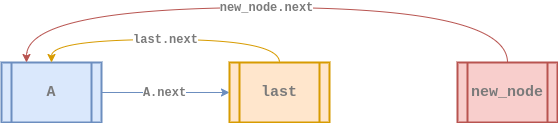
Earlier version of the draw.io export assets/data-structure/linked-list/cll-singly-insert2.png (euisblue/vue-blog). Source tidied: cells renumbered, new cells last; positions are measured from the earlier drawing's top-left corner, leaving out a move shared by most shapes. Source of this version:
```xml
<mxGraphModel>
  <root>
    <mxCell id="0" />
    <mxCell id="1" parent="0" />
    <mxCell id="2" value="&lt;b style=&quot;font-size: 11px; letter-spacing: normal; text-align: center; text-indent: 0px; text-transform: none; word-spacing: 0px; font-family: &amp;quot;courier new&amp;quot;;&quot;&gt;&lt;font style=&quot;font-size: 12px&quot; color=&quot;#7a7a7a&quot;&gt;A.next&lt;/font&gt;&lt;/b&gt;" style="edgeStyle=orthogonalEdgeStyle;curved=1;rounded=0;sketch=0;jettySize=auto;html=1;exitX=1;exitY=0.5;exitDx=0;exitDy=0;entryX=0;entryY=0.5;entryDx=0;entryDy=0;strokeColor=#6c8ebf;strokeWidth=1;fillColor=#dae8fc;fontStyle=0;" parent="1" edge="1" source="3" target="5">
      <mxGeometry x="-0.01" relative="1" as="geometry" />
    </mxCell>
    <mxCell id="3" value="&lt;div&gt;&lt;font color=&quot;#7a7a7a&quot; face=&quot;courier new&quot; style=&quot;font-size: 15px&quot;&gt;A&lt;/font&gt;&lt;/div&gt;" style="shape=process;whiteSpace=wrap;html=1;backgroundOutline=1;fillColor=#dae8fc;strokeColor=#6c8ebf;gradientDirection=east;strokeWidth=2;shadow=0;glass=0;align=center;sketch=0;fontStyle=1;" parent="1" vertex="1">
      <mxGeometry y="55" width="100" height="60" as="geometry" />
    </mxCell>
    <mxCell id="4" value="&lt;font color=&quot;#7a7a7a&quot; face=&quot;courier new&quot;&gt;&lt;span style=&quot;font-size: 12px&quot;&gt;&lt;b&gt;last.next&lt;/b&gt;&lt;/span&gt;&lt;/font&gt;" style="edgeStyle=orthogonalEdgeStyle;curved=1;rounded=0;sketch=0;jettySize=auto;html=1;exitX=0.5;exitY=0;exitDx=0;exitDy=0;entryX=0.5;entryY=0;entryDx=0;entryDy=0;strokeWidth=1;strokeColor=#d79b00;fillColor=#ffe6cc;fontStyle=0;" parent="1" edge="1" source="5" target="3">
      <mxGeometry relative="1" as="geometry">
        <Array as="points">
          <mxPoint x="278" y="32" />
          <mxPoint x="50" y="32" />
        </Array>
      </mxGeometry>
    </mxCell>
    <mxCell id="5" value="&lt;div&gt;&lt;font color=&quot;#7a7a7a&quot; face=&quot;courier new&quot;&gt;&lt;span style=&quot;font-size: 15px&quot;&gt;&lt;b&gt;last&lt;/b&gt;&lt;/span&gt;&lt;/font&gt;&lt;/div&gt;" style="shape=process;whiteSpace=wrap;html=1;backgroundOutline=1;fillColor=#ffe6cc;strokeColor=#d79b00;gradientDirection=east;strokeWidth=2;shadow=0;glass=0;align=center;sketch=0;fontStyle=0;" parent="1" vertex="1">
      <mxGeometry x="228" y="55" width="100" height="60" as="geometry" />
    </mxCell>
    <mxCell id="6" value="&lt;b style=&quot;color: rgb(122 , 122 , 122) ; font-family: &amp;#34;courier new&amp;#34; ; font-size: 12px ; font-style: normal ; letter-spacing: normal ; text-align: center ; text-indent: 0px ; text-transform: none ; word-spacing: 0px ; background-color: rgb(255 , 255 , 255)&quot;&gt;new_node.next&lt;/b&gt;" style="edgeStyle=orthogonalEdgeStyle;curved=1;rounded=0;sketch=0;jettySize=auto;html=1;exitX=0.5;exitY=0;exitDx=0;exitDy=0;entryX=0.25;entryY=0;entryDx=0;entryDy=0;strokeColor=#b85450;strokeWidth=1;fillColor=#f8cecc;" parent="1" edge="1" source="7" target="3">
      <mxGeometry relative="1" as="geometry">
        <Array as="points">
          <mxPoint x="506" />
          <mxPoint x="25" />
        </Array>
      </mxGeometry>
    </mxCell>
    <mxCell id="7" value="&lt;b&gt;&lt;font style=&quot;font-size: 15px&quot; face=&quot;Courier New&quot; color=&quot;#7a7a7a&quot;&gt;new_node&lt;/font&gt;&lt;/b&gt;" style="shape=process;whiteSpace=wrap;html=1;backgroundOutline=1;fillColor=#f8cecc;strokeColor=#b85450;gradientDirection=east;strokeWidth=2;shadow=0;glass=0;sketch=0;fontStyle=0;" parent="1" vertex="1">
      <mxGeometry x="456" y="55" width="100" height="60" as="geometry" />
    </mxCell>
  </root>
</mxGraphModel>
```
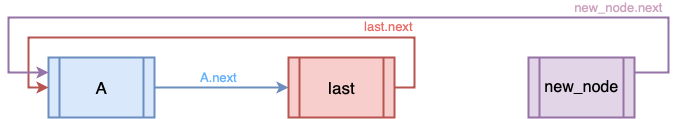
The same diagram one commit later.

What changed in the source:
```diff
@@ -2,33 +2,37 @@
   <root>
     <mxCell id="0" />
     <mxCell id="1" parent="0" />
-    <mxCell id="2" value="&lt;b style=&quot;font-size: 11px; letter-spacing: normal; text-align: center; text-indent: 0px; text-transform: none; word-spacing: 0px; font-family: &amp;quot;courier new&amp;quot;;&quot;&gt;&lt;font style=&quot;font-size: 12px&quot; color=&quot;#7a7a7a&quot;&gt;A.next&lt;/font&gt;&lt;/b&gt;" style="edgeStyle=orthogonalEdgeStyle;curved=1;rounded=0;sketch=0;jettySize=auto;html=1;exitX=1;exitY=0.5;exitDx=0;exitDy=0;entryX=0;entryY=0.5;entryDx=0;entryDy=0;strokeColor=#6c8ebf;strokeWidth=1;fillColor=#dae8fc;fontStyle=0;" parent="1" edge="1" source="3" target="5">
-      <mxGeometry x="-0.01" relative="1" as="geometry" />
+    <mxCell id="2" value="&lt;font color=&quot;#66b2ff&quot; style=&quot;font-size: 13px&quot;&gt;A.next&lt;/font&gt;" style="edgeStyle=orthogonalEdgeStyle;rounded=0;jettySize=auto;html=1;exitX=1;exitY=0.5;exitDx=0;exitDy=0;entryX=0;entryY=0.5;entryDx=0;entryDy=0;fillColor=#dae8fc;strokeColor=#6c8ebf;strokeWidth=2;labelBackgroundColor=none;labelBorderColor=none;fontFamily=Helvetica;" parent="1" edge="1" source="3" target="5">
+      <mxGeometry x="-0.04" y="10" relative="1" as="geometry" />
     </mxCell>
-    <mxCell id="3" value="&lt;div&gt;&lt;font color=&quot;#7a7a7a&quot; face=&quot;courier new&quot; style=&quot;font-size: 15px&quot;&gt;A&lt;/font&gt;&lt;/div&gt;" style="shape=process;whiteSpace=wrap;html=1;backgroundOutline=1;fillColor=#dae8fc;strokeColor=#6c8ebf;gradientDirection=east;strokeWidth=2;shadow=0;glass=0;align=center;sketch=0;fontStyle=1;" parent="1" vertex="1">
-      <mxGeometry y="55" width="100" height="60" as="geometry" />
+    <mxCell id="3" value="&lt;font&gt;&lt;font style=&quot;font-size: 17px&quot;&gt;A&lt;/font&gt;&lt;br&gt;&lt;/font&gt;" style="shape=process;whiteSpace=wrap;html=1;backgroundOutline=1;strokeWidth=2;fillColor=#dae8fc;strokeColor=#6c8ebf;fontStyle=0;fontFamily=Helvetica;fontSize=14;labelBackgroundColor=none;labelBorderColor=none;" parent="1" vertex="1">
+      <mxGeometry x="14" y="98" width="106" height="60" as="geometry" />
     </mxCell>
-    <mxCell id="4" value="&lt;font color=&quot;#7a7a7a&quot; face=&quot;courier new&quot;&gt;&lt;span style=&quot;font-size: 12px&quot;&gt;&lt;b&gt;last.next&lt;/b&gt;&lt;/span&gt;&lt;/font&gt;" style="edgeStyle=orthogonalEdgeStyle;curved=1;rounded=0;sketch=0;jettySize=auto;html=1;exitX=0.5;exitY=0;exitDx=0;exitDy=0;entryX=0.5;entryY=0;entryDx=0;entryDy=0;strokeWidth=1;strokeColor=#d79b00;fillColor=#ffe6cc;fontStyle=0;" parent="1" edge="1" source="5" target="3">
-      <mxGeometry relative="1" as="geometry">
+    <mxCell id="4" value="&lt;font color=&quot;#ea6b66&quot; style=&quot;font-size: 13px ; line-height: 95%&quot;&gt;last.next&lt;/font&gt;" style="edgeStyle=orthogonalEdgeStyle;rounded=0;jettySize=auto;html=1;exitX=1;exitY=0.5;exitDx=0;exitDy=0;entryX=0;entryY=0.5;entryDx=0;entryDy=0;fillColor=#f8cecc;strokeColor=#b85450;strokeWidth=2;labelBackgroundColor=none;labelBorderColor=none;fontFamily=Helvetica;align=center;" parent="1" edge="1" source="5" target="3">
+      <mxGeometry x="-0.64" y="-10" relative="1" as="geometry">
         <Array as="points">
-          <mxPoint x="278" y="32" />
-          <mxPoint x="50" y="32" />
+          <mxPoint x="380" y="128" />
+          <mxPoint x="380" y="78" />
+          <mxPoint x="-6" y="78" />
+          <mxPoint x="-6" y="128" />
         </Array>
       </mxGeometry>
     </mxCell>
-    <mxCell id="5" value="&lt;div&gt;&lt;font color=&quot;#7a7a7a&quot; face=&quot;courier new&quot;&gt;&lt;span style=&quot;font-size: 15px&quot;&gt;&lt;b&gt;last&lt;/b&gt;&lt;/span&gt;&lt;/font&gt;&lt;/div&gt;" style="shape=process;whiteSpace=wrap;html=1;backgroundOutline=1;fillColor=#ffe6cc;strokeColor=#d79b00;gradientDirection=east;strokeWidth=2;shadow=0;glass=0;align=center;sketch=0;fontStyle=0;" parent="1" vertex="1">
-      <mxGeometry x="228" y="55" width="100" height="60" as="geometry" />
+    <mxCell id="5" value="&lt;font&gt;&lt;font style=&quot;font-size: 17px&quot;&gt;last&lt;/font&gt;&lt;br&gt;&lt;/font&gt;" style="shape=process;whiteSpace=wrap;html=1;backgroundOutline=1;strokeWidth=2;fillColor=#f8cecc;strokeColor=#b85450;fontStyle=0;fontFamily=Helvetica;fontSize=14;labelBackgroundColor=none;labelBorderColor=none;" parent="1" vertex="1">
+      <mxGeometry x="254" y="98" width="106" height="60" as="geometry" />
     </mxCell>
-    <mxCell id="6" value="&lt;b style=&quot;color: rgb(122 , 122 , 122) ; font-family: &amp;#34;courier new&amp;#34; ; font-size: 12px ; font-style: normal ; letter-spacing: normal ; text-align: center ; text-indent: 0px ; text-transform: none ; word-spacing: 0px ; background-color: rgb(255 , 255 , 255)&quot;&gt;new_node.next&lt;/b&gt;" style="edgeStyle=orthogonalEdgeStyle;curved=1;rounded=0;sketch=0;jettySize=auto;html=1;exitX=0.5;exitY=0;exitDx=0;exitDy=0;entryX=0.25;entryY=0;entryDx=0;entryDy=0;strokeColor=#b85450;strokeWidth=1;fillColor=#f8cecc;" parent="1" edge="1" source="7" target="3">
-      <mxGeometry relative="1" as="geometry">
+    <mxCell id="6" value="&lt;span style=&quot;color: rgb(205, 162, 190); font-family: helvetica; font-size: 13px; font-style: normal; font-weight: normal; letter-spacing: normal; text-align: center; text-indent: 0px; text-transform: none; word-spacing: 0px; text-decoration: none; display: inline; float: none;&quot;&gt;new_node.next&lt;/span&gt;" style="edgeStyle=orthogonalEdgeStyle;rounded=0;jettySize=auto;html=1;exitX=1;exitY=0.25;exitDx=0;exitDy=0;entryX=0;entryY=0.25;entryDx=0;entryDy=0;labelBackgroundColor=none;strokeWidth=2;fontFamily=Helvetica;fontColor=#666666;align=center;fillColor=#e1d5e7;strokeColor=#9673a6;" parent="1" edge="1" source="7" target="3">
+      <mxGeometry x="-0.67" y="-10" relative="1" as="geometry">
         <Array as="points">
-          <mxPoint x="506" />
-          <mxPoint x="25" />
+          <mxPoint x="634" y="113" />
+          <mxPoint x="634" y="58" />
+          <mxPoint x="-26" y="58" />
+          <mxPoint x="-26" y="113" />
         </Array>
       </mxGeometry>
     </mxCell>
-    <mxCell id="7" value="&lt;b&gt;&lt;font style=&quot;font-size: 15px&quot; face=&quot;Courier New&quot; color=&quot;#7a7a7a&quot;&gt;new_node&lt;/font&gt;&lt;/b&gt;" style="shape=process;whiteSpace=wrap;html=1;backgroundOutline=1;fillColor=#f8cecc;strokeColor=#b85450;gradientDirection=east;strokeWidth=2;shadow=0;glass=0;sketch=0;fontStyle=0;" parent="1" vertex="1">
-      <mxGeometry x="456" y="55" width="100" height="60" as="geometry" />
+    <mxCell id="7" value="&lt;font&gt;&lt;font style=&quot;font-size: 16px&quot;&gt;new_node&lt;/font&gt;&lt;br&gt;&lt;/font&gt;" style="shape=process;whiteSpace=wrap;html=1;backgroundOutline=1;strokeWidth=2;fillColor=#e1d5e7;strokeColor=#9673a6;fontStyle=0;fontFamily=Helvetica;fontSize=14;labelBackgroundColor=none;labelBorderColor=none;" parent="1" vertex="1">
+      <mxGeometry x="494" y="98" width="106" height="60" as="geometry" />
     </mxCell>
   </root>
 </mxGraphModel>
```
